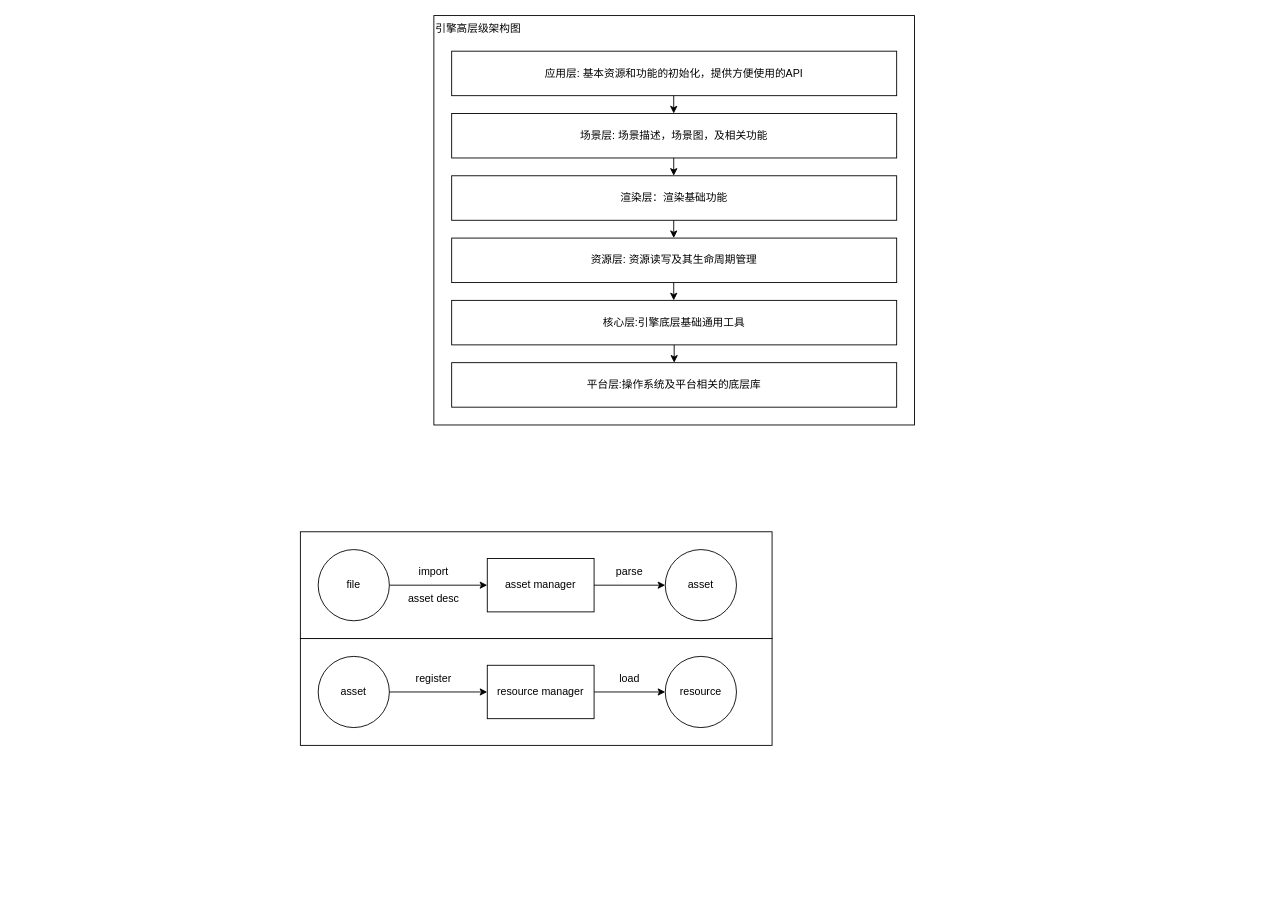
Ryu613/Pd2Engine keeps this draw.io diagram as page "第 1 页" (1 of 2) of docs/attachments/architecture.drawio. Above is the earlier version. Source tidied: cells renumbered, new cells numbered last; positions are measured from the earlier drawing's top-left corner, leaving out a move shared by most shapes. Both pictures are drawn from the tidied source at 89%, with x=0, y=0 at pixel (300, 15).
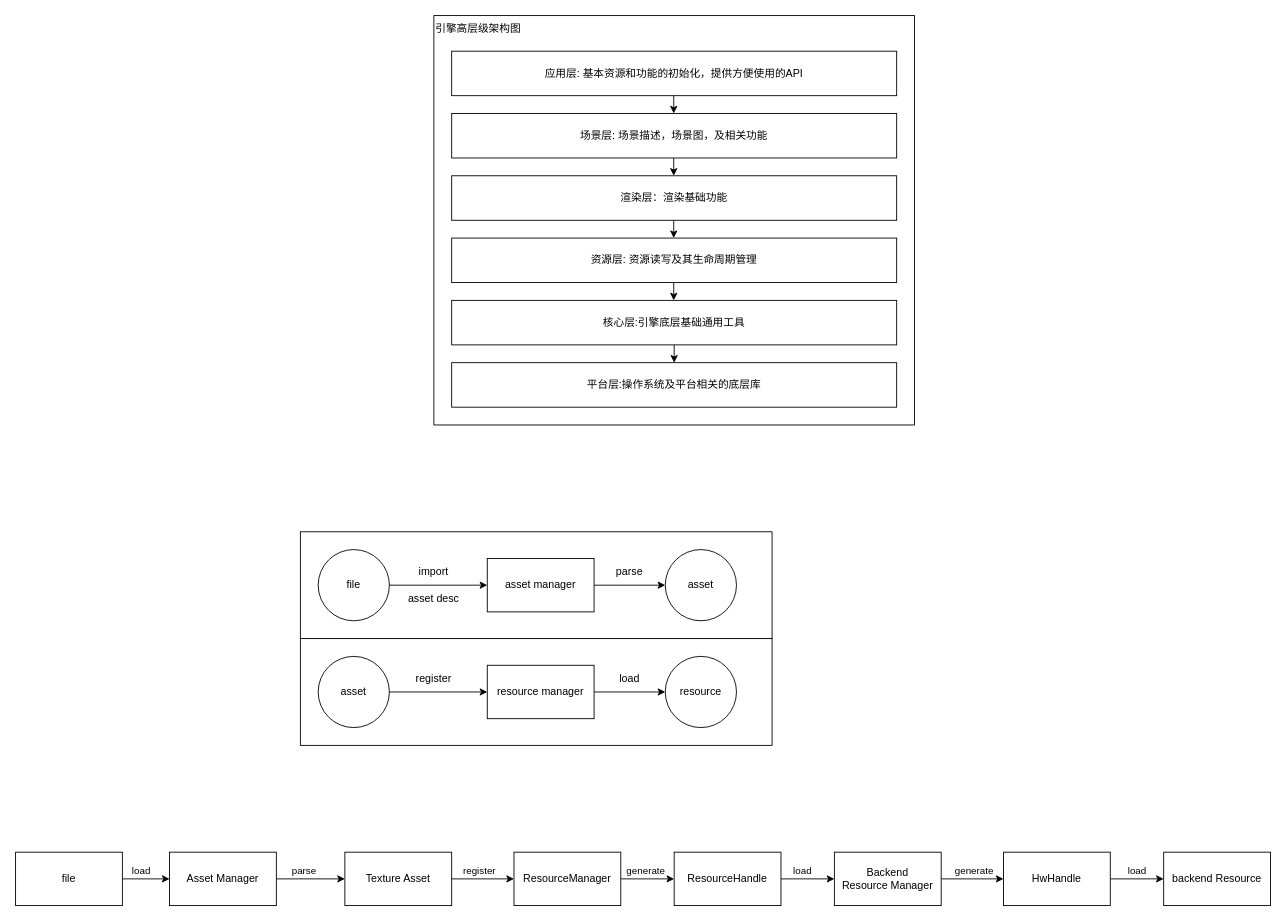
Above is the later version.

The edit, as a diff of the source:
```diff
@@
+    <mxCell id="32" style="edgeStyle=orthogonalEdgeStyle;rounded=0;jettySize=auto;html=1;" parent="1" edge="1" source="34" target="37">
+      <mxGeometry relative="1" as="geometry" />
+    </mxCell>
+    <mxCell id="33" value="register" style="edgeLabel;html=1;align=center;verticalAlign=middle;" parent="32" vertex="1">
+      <mxGeometry x="-0.2" y="2" relative="1" as="geometry">
+        <mxPoint x="2" y="-8" as="offset" />
+      </mxGeometry>
+    </mxCell>
+    <mxCell id="34" value="Texture Asset" style="rounded=0;whiteSpace=wrap;html=1;" parent="1" vertex="1">
+      <mxGeometry x="50" y="940" width="120" height="60" as="geometry" />
+    </mxCell>
+    <mxCell id="35" style="edgeStyle=orthogonalEdgeStyle;rounded=0;jettySize=auto;html=1;" parent="1" edge="1" source="37" target="46">
+      <mxGeometry relative="1" as="geometry" />
+    </mxCell>
+    <mxCell id="36" value="generate" style="edgeLabel;html=1;align=center;verticalAlign=middle;" parent="35" vertex="1">
+      <mxGeometry x="0.09" y="2" relative="1" as="geometry">
+        <mxPoint x="-6" y="-8" as="offset" />
+      </mxGeometry>
+    </mxCell>
+    <mxCell id="37" value="ResourceManager" style="rounded=0;whiteSpace=wrap;html=1;" parent="1" vertex="1">
+      <mxGeometry x="240" y="940" width="120" height="60" as="geometry" />
+    </mxCell>
+    <mxCell id="38" style="edgeStyle=orthogonalEdgeStyle;rounded=0;jettySize=auto;html=1;" parent="1" edge="1" source="40" target="34">
+      <mxGeometry relative="1" as="geometry" />
+    </mxCell>
+    <mxCell id="39" value="parse" style="edgeLabel;html=1;align=center;verticalAlign=middle;" parent="38" vertex="1">
+      <mxGeometry x="-0.21" relative="1" as="geometry">
+        <mxPoint y="-10" as="offset" />
+      </mxGeometry>
+    </mxCell>
+    <mxCell id="40" value="Asset Manager" style="rounded=0;whiteSpace=wrap;html=1;" parent="1" vertex="1">
+      <mxGeometry x="-147" y="940" width="120" height="60" as="geometry" />
+    </mxCell>
+    <mxCell id="41" style="edgeStyle=orthogonalEdgeStyle;rounded=0;jettySize=auto;html=1;" parent="1" edge="1" source="43" target="40">
+      <mxGeometry relative="1" as="geometry" />
+    </mxCell>
+    <mxCell id="42" value="load" style="edgeLabel;html=1;align=center;verticalAlign=middle;" parent="41" vertex="1">
+      <mxGeometry x="-0.23" relative="1" as="geometry">
+        <mxPoint y="-10" as="offset" />
+      </mxGeometry>
+    </mxCell>
+    <mxCell id="43" value="file" style="rounded=0;whiteSpace=wrap;html=1;" parent="1" vertex="1">
+      <mxGeometry x="-320" y="940" width="120" height="60" as="geometry" />
+    </mxCell>
+    <mxCell id="44" style="edgeStyle=orthogonalEdgeStyle;rounded=0;jettySize=auto;html=1;" parent="1" edge="1" source="46" target="49">
+      <mxGeometry relative="1" as="geometry" />
+    </mxCell>
+    <mxCell id="45" value="load" style="edgeLabel;html=1;align=center;verticalAlign=middle;" parent="44" vertex="1">
+      <mxGeometry x="-0.23" y="3" relative="1" as="geometry">
+        <mxPoint y="-7" as="offset" />
+      </mxGeometry>
+    </mxCell>
+    <mxCell id="46" value="ResourceHandle" style="rounded=0;whiteSpace=wrap;html=1;" parent="1" vertex="1">
+      <mxGeometry x="420" y="940" width="120" height="60" as="geometry" />
+    </mxCell>
+    <mxCell id="47" style="edgeStyle=orthogonalEdgeStyle;rounded=0;jettySize=auto;html=1;" parent="1" edge="1" source="49" target="52">
+      <mxGeometry relative="1" as="geometry" />
+    </mxCell>
+    <mxCell id="48" value="generate" style="edgeLabel;html=1;align=center;verticalAlign=middle;" parent="47" vertex="1">
+      <mxGeometry x="-0.42" y="3" relative="1" as="geometry">
+        <mxPoint x="16" y="-7" as="offset" />
+      </mxGeometry>
+    </mxCell>
+    <mxCell id="49" value="Backend &lt;br&gt;Resource Manager" style="rounded=0;whiteSpace=wrap;html=1;" parent="1" vertex="1">
+      <mxGeometry x="600" y="940" width="120" height="60" as="geometry" />
+    </mxCell>
+    <mxCell id="50" style="edgeStyle=orthogonalEdgeStyle;rounded=0;jettySize=auto;html=1;" parent="1" edge="1" source="52" target="53">
+      <mxGeometry relative="1" as="geometry" />
+    </mxCell>
+    <mxCell id="51" value="load" style="edgeLabel;html=1;align=center;verticalAlign=middle;" parent="50" vertex="1">
+      <mxGeometry x="-0.02" relative="1" as="geometry">
+        <mxPoint y="-10" as="offset" />
+      </mxGeometry>
+    </mxCell>
+    <mxCell id="52" value="HwHandle" style="rounded=0;whiteSpace=wrap;html=1;" parent="1" vertex="1">
+      <mxGeometry x="790" y="940" width="120" height="60" as="geometry" />
+    </mxCell>
+    <mxCell id="53" value="backend Resource" style="rounded=0;whiteSpace=wrap;html=1;" parent="1" vertex="1">
+      <mxGeometry x="970" y="940" width="120" height="60" as="geometry" />
+    </mxCell>
```
